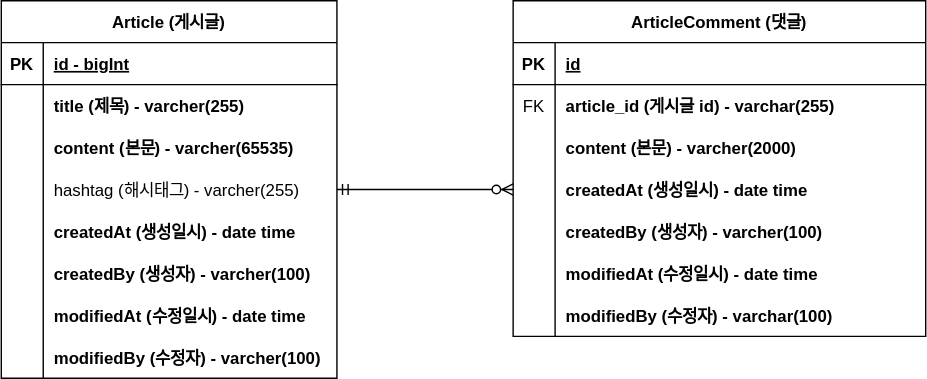
Shinhyeonbin/project-future keeps this draw.io diagram as document/project-borad-erd.svg. Above is the earlier version. Source tidied: cells renumbered, new cells last; positions are measured from the earlier drawing's top-left corner, leaving out a move shared by most shapes.
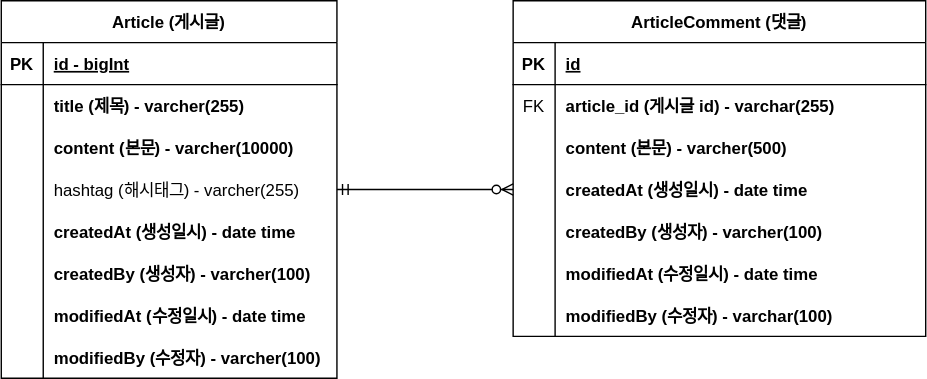
After the commit.

Commit message:
#14 - erd 업데이트 : content 사이즈 변경

Change to the diagram source:
```diff
@@ -29,7 +29,7 @@
     <mxCell id="10" style="shape=partialRectangle;fillColor=none;top=0;left=0;bottom=0;right=0;overflow=hidden;" parent="9" vertex="1">
       <mxGeometry width="30" height="30" as="geometry" />
     </mxCell>
-    <mxCell id="11" value="content (본문) - varcher(65535)" style="shape=partialRectangle;fillColor=none;top=0;left=0;bottom=0;right=0;align=left;spacingLeft=6;overflow=hidden;fontStyle=1;" parent="9" vertex="1">
+    <mxCell id="11" value="content (본문) - varcher(10000)" style="shape=partialRectangle;fillColor=none;top=0;left=0;bottom=0;right=0;align=left;spacingLeft=6;overflow=hidden;fontStyle=1;" parent="9" vertex="1">
       <mxGeometry x="30" width="210" height="30" as="geometry" />
     </mxCell>
     <mxCell id="12" style="shape=tableRow;horizontal=0;startSize=0;swimlaneHead=0;swimlaneBody=0;fillColor=none;points=[[0,0.5],[1,0.5]];portConstraint=eastwest;top=0;left=0;right=0;bottom=0;" parent="2" vertex="1">
@@ -104,7 +104,7 @@
     <mxCell id="35" style="shape=partialRectangle;fillColor=none;top=0;left=0;bottom=0;right=0;overflow=hidden;" parent="34" vertex="1">
       <mxGeometry width="30" height="30" as="geometry" />
     </mxCell>
-    <mxCell id="36" value="content (본문) - varcher(2000)" style="shape=partialRectangle;fillColor=none;top=0;left=0;bottom=0;right=0;align=left;spacingLeft=6;overflow=hidden;fontStyle=1;" parent="34" vertex="1">
+    <mxCell id="36" value="content (본문) - varcher(500)" style="shape=partialRectangle;fillColor=none;top=0;left=0;bottom=0;right=0;align=left;spacingLeft=6;overflow=hidden;fontStyle=1;" parent="34" vertex="1">
       <mxGeometry x="30" width="265" height="30" as="geometry" />
     </mxCell>
     <mxCell id="37" style="shape=tableRow;horizontal=0;startSize=0;swimlaneHead=0;swimlaneBody=0;fillColor=none;points=[[0,0.5],[1,0.5]];portConstraint=eastwest;top=0;left=0;right=0;bottom=0;" parent="27" vertex="1">
```
